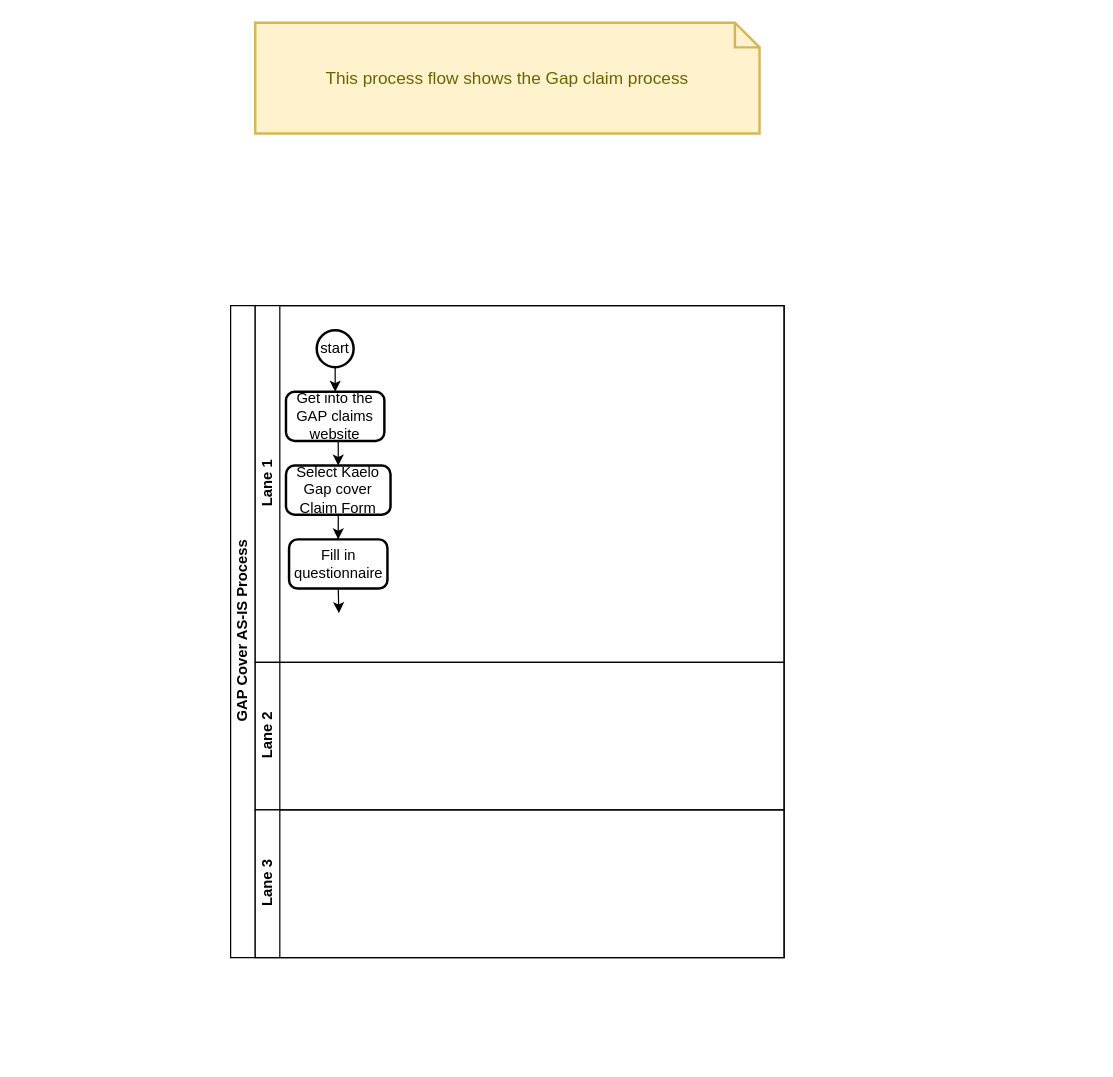
Before: GAPCover.drawio in TJ-Kwetsane1993/Thato, a draw.io diagram. Source tidied: cells renumbered, new cells numbered last; positions are measured from the earlier drawing's top-left corner, leaving out a move shared by most shapes. Both pictures are drawn from the tidied source at 123%, with x=0, y=0 at pixel (230, 22).
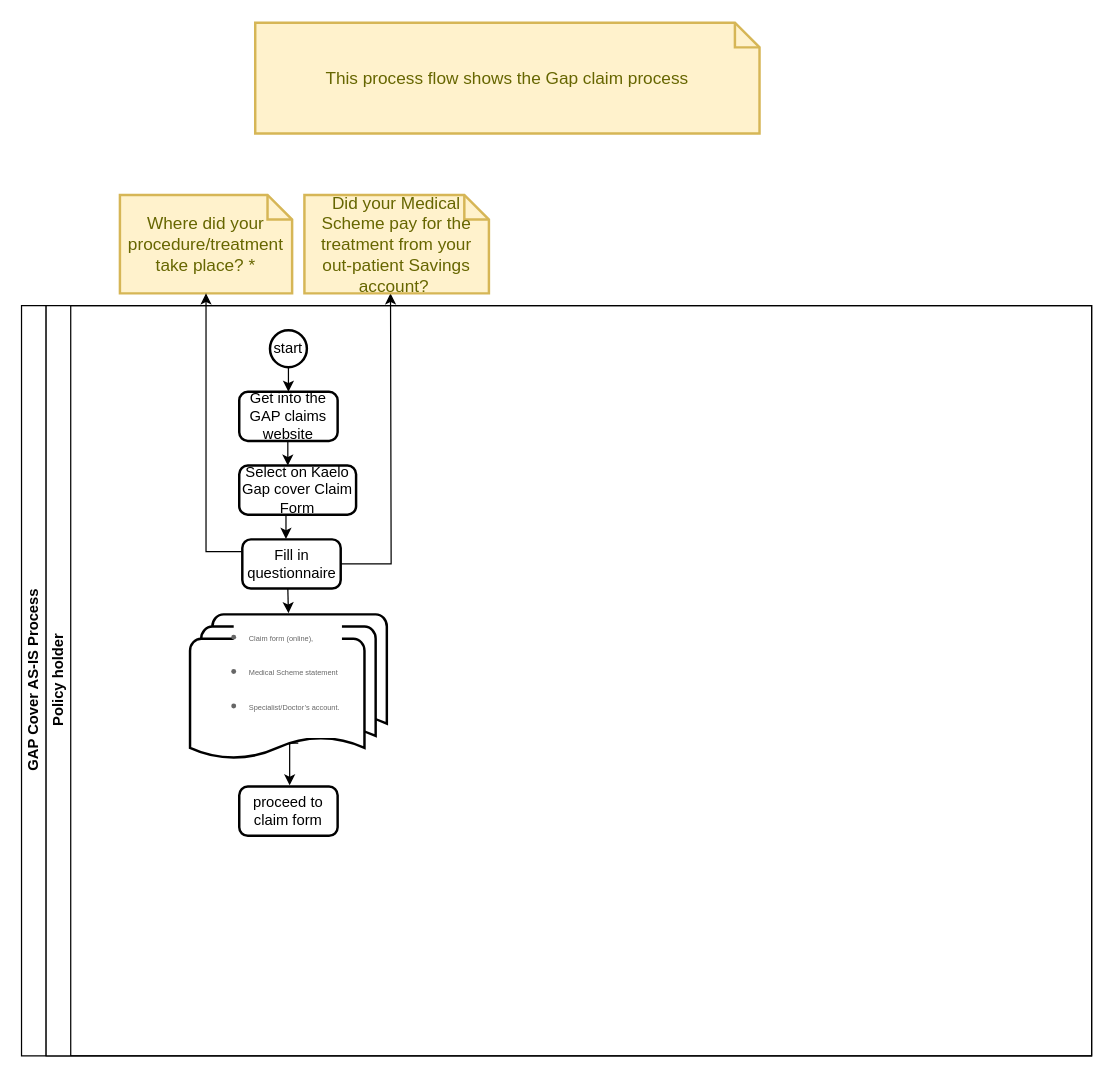
After the change.

Change to the diagram source:
```diff
@@
     <mxCell id="2" value="GAP Cover AS-IS Process" style="swimlane;html=1;horizontal=0;startSize=20;" parent="1" vertex="1">
-      <mxGeometry y="230" width="450" height="530" as="geometry" />
+      <mxGeometry x="-170" y="230" width="870" height="610" as="geometry" />
     </mxCell>
-    <mxCell id="3" value="Lane 1" style="swimlane;html=1;startSize=20;horizontal=0;" parent="2" vertex="1">
-      <mxGeometry x="20" width="430" height="290" as="geometry" />
+    <mxCell id="3" value="Policy holder" style="swimlane;html=1;startSize=20;horizontal=0;" parent="2" vertex="1">
+      <mxGeometry x="20" width="850" height="610" as="geometry" />
     </mxCell>
     <mxCell id="4" style="edgeStyle=orthogonalEdgeStyle;rounded=0;jettySize=auto;html=1;exitX=0.5;exitY=1;exitDx=0;exitDy=0;exitPerimeter=0;" parent="3" edge="1" source="5">
       <mxGeometry relative="1" as="geometry">
-        <mxPoint x="65" y="70" as="targetPoint" />
+        <mxPoint x="197" y="70" as="targetPoint" />
       </mxGeometry>
     </mxCell>
     <mxCell id="5" value="start" style="strokeWidth=2;html=1;shape=mxgraph.flowchart.start_2;whiteSpace=wrap;" parent="3" vertex="1">
-      <mxGeometry x="50" y="20" width="30" height="30" as="geometry" />
+      <mxGeometry x="182" y="20" width="30" height="30" as="geometry" />
     </mxCell>
-    <mxCell id="6" style="edgeStyle=orthogonalEdgeStyle;rounded=0;jettySize=auto;html=1;exitX=0.5;exitY=1;exitDx=0;exitDy=0;entryX=0.5;entryY=0;entryDx=0;entryDy=0;" parent="3" edge="1" source="7" target="8">
-      <mxGeometry relative="1" as="geometry" />
+    <mxCell id="6" style="edgeStyle=orthogonalEdgeStyle;rounded=0;orthogonalLoop=1;jettySize=auto;html=1;exitX=0.5;exitY=1;exitDx=0;exitDy=0;entryX=0.5;entryY=0;entryDx=0;entryDy=0;" parent="3" edge="1">
+      <mxGeometry relative="1" as="geometry">
+        <mxPoint x="189" y="110" as="sourcePoint" />
+        <mxPoint x="196.5" y="130" as="targetPoint" />
+      </mxGeometry>
     </mxCell>
     <mxCell id="7" value="Get into the GAP claims website" style="rounded=1;whiteSpace=wrap;html=1;absoluteArcSize=1;arcSize=14;strokeWidth=2;" parent="3" vertex="1">
-      <mxGeometry x="25" y="70" width="80" height="40" as="geometry" />
+      <mxGeometry x="157" y="70" width="80" height="40" as="geometry" />
     </mxCell>
-    <mxCell id="8" value="Select Kaelo Gap cover Claim Form" style="rounded=1;whiteSpace=wrap;html=1;absoluteArcSize=1;arcSize=14;strokeWidth=2;" parent="3" vertex="1">
-      <mxGeometry x="25" y="130" width="85" height="40" as="geometry" />
+    <mxCell id="8" value="Select on Kaelo Gap cover Claim Form" style="rounded=1;whiteSpace=wrap;html=1;absoluteArcSize=1;arcSize=14;strokeWidth=2;" parent="3" vertex="1">
+      <mxGeometry x="157" y="130" width="95" height="40" as="geometry" />
     </mxCell>
-    <mxCell id="9" style="edgeStyle=orthogonalEdgeStyle;rounded=0;jettySize=auto;html=1;exitX=0.5;exitY=1;exitDx=0;exitDy=0;" parent="3" edge="1" source="10">
+    <mxCell id="9" style="edgeStyle=orthogonalEdgeStyle;rounded=0;orthogonalLoop=1;jettySize=auto;html=1;exitX=0.5;exitY=1;exitDx=0;exitDy=0;" parent="3" edge="1">
       <mxGeometry relative="1" as="geometry">
-        <mxPoint x="68" y="250" as="targetPoint" />
+        <mxPoint x="196.5" y="230" as="sourcePoint" />
+        <mxPoint x="197" y="250" as="targetPoint" />
       </mxGeometry>
     </mxCell>
+    <mxCell id="15" style="edgeStyle=orthogonalEdgeStyle;rounded=0;jettySize=auto;html=1;exitX=1;exitY=0.5;exitDx=0;exitDy=0;" parent="3" edge="1" source="10">
+      <mxGeometry relative="1" as="geometry">
+        <mxPoint x="280" y="-10" as="targetPoint" />
+      </mxGeometry>
+    </mxCell>
     <mxCell id="10" value="Fill in questionnaire" style="rounded=1;whiteSpace=wrap;html=1;absoluteArcSize=1;arcSize=14;strokeWidth=2;" parent="3" vertex="1">
-      <mxGeometry x="27.5" y="190" width="80" height="40" as="geometry" />
+      <mxGeometry x="159.5" y="190" width="80" height="40" as="geometry" />
     </mxCell>
-    <mxCell id="11" style="edgeStyle=orthogonalEdgeStyle;rounded=0;jettySize=auto;html=1;exitX=0.5;exitY=1;exitDx=0;exitDy=0;" parent="3" edge="1" source="8" target="10">
-      <mxGeometry relative="1" as="geometry" />
-    </mxCell>
-    <mxCell id="12" value="Lane 2" style="swimlane;html=1;startSize=20;horizontal=0;" parent="2" vertex="1">
-      <mxGeometry x="20" y="290" width="430" height="120" as="geometry" />
-    </mxCell>
-    <mxCell id="13" value="Lane 3" style="swimlane;html=1;startSize=20;horizontal=0;" parent="2" vertex="1">
-      <mxGeometry x="20" y="410" width="430" height="120" as="geometry" />
-    </mxCell>
+    <mxCell id="16" style="edgeStyle=orthogonalEdgeStyle;rounded=0;orthogonalLoop=1;jettySize=auto;html=1;exitX=0.5;exitY=1;exitDx=0;exitDy=0;entryX=0.606;entryY=-0.008;entryDx=0;entryDy=0;entryPerimeter=0;" parent="3" edge="1">
+      <mxGeometry relative="1" as="geometry">
+        <mxPoint x="191.5" y="170" as="sourcePoint" />
+        <mxPoint x="195" y="189.7" as="targetPoint" />
+      </mxGeometry>
+    </mxCell>
+    <mxCell id="17" style="edgeStyle=orthogonalEdgeStyle;rounded=0;orthogonalLoop=1;jettySize=auto;html=1;exitX=0.5;exitY=0.88;exitDx=0;exitDy=0;exitPerimeter=0;" parent="3" edge="1">
+      <mxGeometry relative="1" as="geometry">
+        <mxPoint x="205" y="355.7" as="sourcePoint" />
+        <mxPoint x="198" y="390" as="targetPoint" />
+      </mxGeometry>
+    </mxCell>
+    <mxCell id="18" value="&lt;ul style=&quot;box-sizing: border-box; margin: 0px; padding: 0px 0px 1em 1em; border: 0px; outline: 0px; text-size-adjust: 100%; vertical-align: baseline; background: rgb(255, 255, 255); list-style: disc; line-height: 26px; color: rgb(102, 102, 102); font-family: Arial, &amp;quot;Lucida Sans Unicode&amp;quot;, Tahoma, sans-serif; font-style: normal; font-variant-ligatures: normal; font-variant-caps: normal; font-weight: 500; letter-spacing: normal; orphans: 2; text-align: left; text-indent: 0px; text-transform: none; widows: 2; word-spacing: 0px; -webkit-text-stroke-width: 0px; white-space: normal; text-decoration-thickness: initial; text-decoration-style: initial; text-decoration-color: initial;&quot;&gt;&lt;li style=&quot;box-sizing: border-box; margin: 0px; padding: 0px; border: 0px; outline: 0px; text-size-adjust: 100%; vertical-align: baseline; background: transparent;&quot;&gt;&lt;font style=&quot;font-size: 6px;&quot;&gt;Claim form (online),&lt;/font&gt;&lt;/li&gt;&lt;li style=&quot;box-sizing: border-box; margin: 0px; padding: 0px; border: 0px; outline: 0px; text-size-adjust: 100%; vertical-align: baseline; background: transparent;&quot;&gt;&lt;font style=&quot;font-size: 6px;&quot;&gt;Medical Scheme statement&lt;/font&gt;&lt;/li&gt;&lt;li style=&quot;box-sizing: border-box; margin: 0px; padding: 0px; border: 0px; outline: 0px; text-size-adjust: 100%; vertical-align: baseline; background: transparent;&quot;&gt;&lt;font style=&quot;font-size: 6px;&quot;&gt;Specialist/Doctor’s account.&lt;font style=&quot;&quot;&gt;&amp;nbsp;&lt;/font&gt;&lt;/font&gt;&lt;/li&gt;&lt;/ul&gt;&lt;div&gt;&lt;br&gt;&lt;/div&gt;" style="strokeWidth=2;html=1;shape=mxgraph.flowchart.multi-document;whiteSpace=wrap;" parent="3" vertex="1">
+      <mxGeometry x="117" y="251" width="160" height="119" as="geometry" />
+    </mxCell>
+    <mxCell id="19" value="proceed to claim form" style="rounded=1;whiteSpace=wrap;html=1;absoluteArcSize=1;arcSize=14;strokeWidth=2;" parent="3" vertex="1">
+      <mxGeometry x="157" y="391" width="80" height="40" as="geometry" />
+    </mxCell>
@@
+    <mxCell id="20" value="Where did your procedure/treatment take place? *" style="shape=note;strokeWidth=2;fontSize=14;size=20;whiteSpace=wrap;html=1;fillColor=#fff2cc;strokeColor=#d6b656;fontColor=#666600;" parent="1" vertex="1">
+      <mxGeometry x="-90" y="140" width="140" height="80" as="geometry" />
+    </mxCell>
+    <mxCell id="21" style="edgeStyle=orthogonalEdgeStyle;rounded=0;jettySize=auto;html=1;exitX=0;exitY=0.25;exitDx=0;exitDy=0;" parent="1" edge="1" source="10" target="20">
+      <mxGeometry relative="1" as="geometry" />
+    </mxCell>
+    <mxCell id="22" value="&lt;div&gt;&lt;br&gt;&lt;/div&gt;&lt;div&gt;Did your Medical Scheme pay for the treatment from your out-patient Savings account?&amp;nbsp;&lt;/div&gt;&lt;div&gt;&lt;br&gt;&lt;/div&gt;" style="shape=note;strokeWidth=2;fontSize=14;size=20;whiteSpace=wrap;html=1;fillColor=#fff2cc;strokeColor=#d6b656;fontColor=#666600;" parent="1" vertex="1">
+      <mxGeometry x="60" y="140" width="150" height="80" as="geometry" />
+    </mxCell>
```
